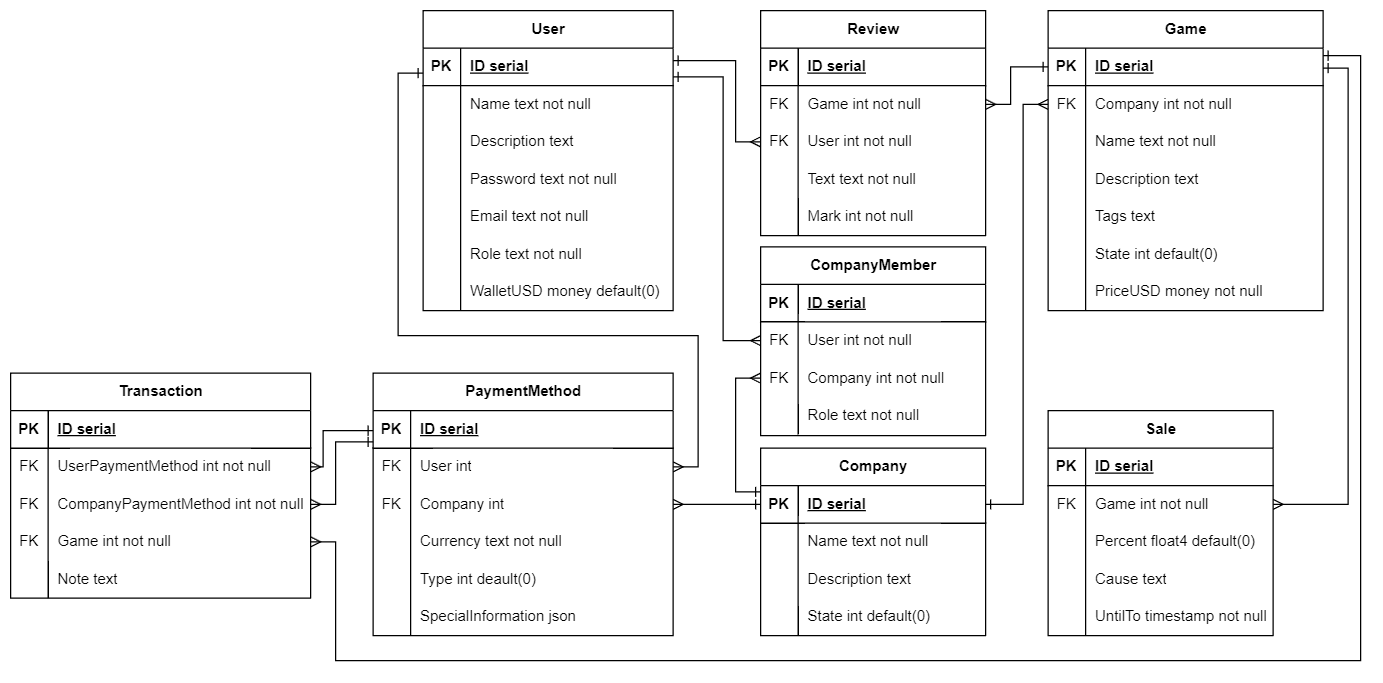
Above: BD_UML.drawio.png in DioMain/Node.js-Cursovoi (draw.io), before the change. Source tidied: cells renumbered, new cells last; positions are measured from the earlier drawing's top-left corner, leaving out a move shared by most shapes.
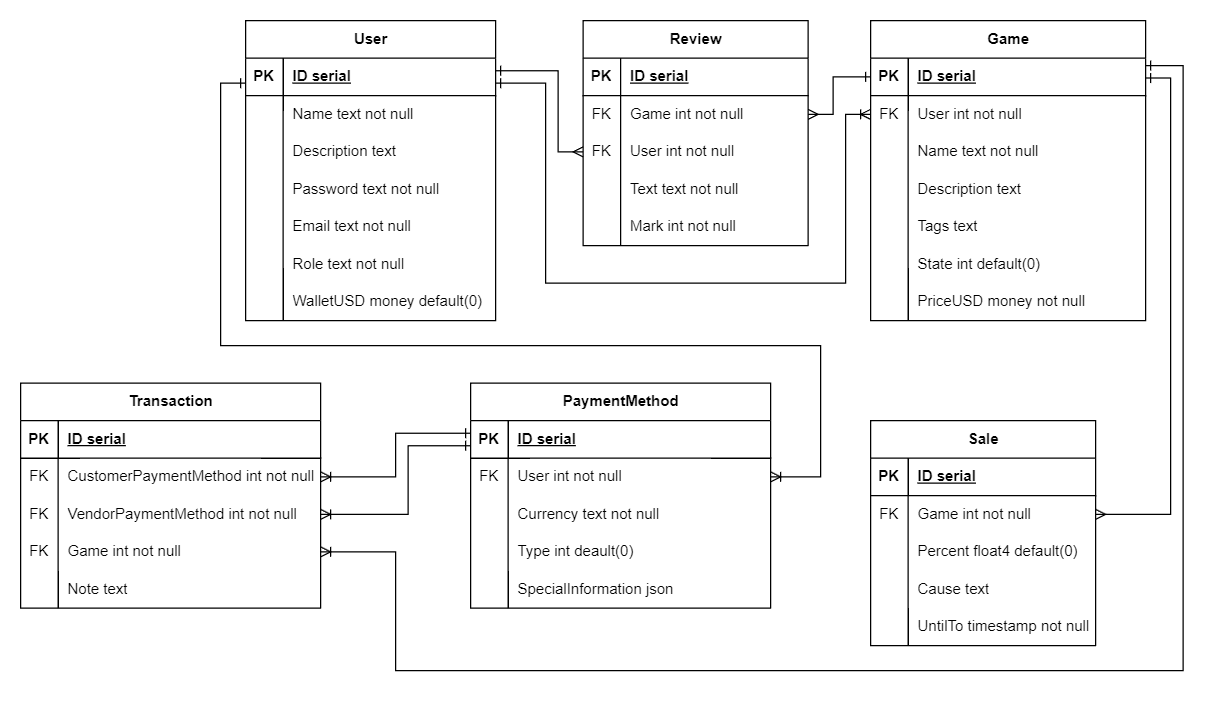
Above is the later version.

Change to the diagram source:
```diff
@@ -88,3 +88,3 @@
     </mxCell>
-    <mxCell id="30" value="Company int not null" style="shape=partialRectangle;fillColor=none;top=0;left=0;bottom=0;right=0;align=left;spacingLeft=6;overflow=hidden;whiteSpace=wrap;html=1;" parent="28" vertex="1">
+    <mxCell id="30" value="User int not null" style="shape=partialRectangle;fillColor=none;top=0;left=0;bottom=0;right=0;align=left;spacingLeft=6;overflow=hidden;whiteSpace=wrap;html=1;" parent="28" vertex="1">
       <mxGeometry x="30" width="190" height="30" as="geometry" />
@@ -136,41 +136,2 @@
     </mxCell>
-    <mxCell id="46" value="Company" style="shape=table;startSize=30;rowLines=0;fontStyle=1;align=center;html=1;" parent="1" vertex="1">
-      <mxGeometry x="600" y="350" width="180" height="150" as="geometry" />
-    </mxCell>
-    <mxCell id="47" style="shape=tableRow;horizontal=0;startSize=0;swimlaneHead=0;swimlaneBody=0;fillColor=none;points=[[0,0.5],[1,0.5]];portConstraint=eastwest;top=0;left=0;right=0;bottom=1;" parent="46" vertex="1">
-      <mxGeometry y="30" width="180" height="30" as="geometry" />
-    </mxCell>
-    <mxCell id="48" value="PK" style="shape=partialRectangle;fillColor=none;top=0;left=0;bottom=0;right=0;fontStyle=1;overflow=hidden;whiteSpace=wrap;html=1;" parent="47" vertex="1">
-      <mxGeometry width="30" height="30" as="geometry" />
-    </mxCell>
-    <mxCell id="49" value="ID serial" style="shape=partialRectangle;fillColor=none;top=0;left=0;bottom=0;right=0;align=left;spacingLeft=6;fontStyle=5;overflow=hidden;whiteSpace=wrap;html=1;" parent="47" vertex="1">
-      <mxGeometry x="30" width="150" height="30" as="geometry" />
-    </mxCell>
-    <mxCell id="50" style="shape=tableRow;horizontal=0;startSize=0;swimlaneHead=0;swimlaneBody=0;fillColor=none;top=0;left=0;right=0;bottom=0;" parent="46" vertex="1">
-      <mxGeometry y="60" width="180" height="30" as="geometry" />
-    </mxCell>
-    <mxCell id="51" style="shape=partialRectangle;fillColor=none;top=0;left=0;bottom=0;right=0;overflow=hidden;whiteSpace=wrap;html=1;" parent="50" vertex="1">
-      <mxGeometry width="30" height="30" as="geometry" />
-    </mxCell>
-    <mxCell id="52" value="Name text not null" style="shape=partialRectangle;fillColor=none;top=0;left=0;bottom=0;right=0;align=left;spacingLeft=6;overflow=hidden;whiteSpace=wrap;html=1;" parent="50" vertex="1">
-      <mxGeometry x="30" width="150" height="30" as="geometry" />
-    </mxCell>
-    <mxCell id="53" style="shape=tableRow;horizontal=0;startSize=0;swimlaneHead=0;swimlaneBody=0;fillColor=none;top=0;left=0;right=0;bottom=0;" parent="46" vertex="1">
-      <mxGeometry y="90" width="180" height="30" as="geometry" />
-    </mxCell>
-    <mxCell id="54" style="shape=partialRectangle;fillColor=none;top=0;left=0;bottom=0;right=0;overflow=hidden;whiteSpace=wrap;html=1;" parent="53" vertex="1">
-      <mxGeometry width="30" height="30" as="geometry" />
-    </mxCell>
-    <mxCell id="55" value="Description text" style="shape=partialRectangle;fillColor=none;top=0;left=0;bottom=0;right=0;align=left;spacingLeft=6;overflow=hidden;whiteSpace=wrap;html=1;" parent="53" vertex="1">
-      <mxGeometry x="30" width="150" height="30" as="geometry" />
-    </mxCell>
-    <mxCell id="56" style="shape=tableRow;horizontal=0;startSize=0;swimlaneHead=0;swimlaneBody=0;fillColor=none;top=0;left=0;right=0;bottom=0;" parent="46" vertex="1">
-      <mxGeometry y="120" width="180" height="30" as="geometry" />
-    </mxCell>
-    <mxCell id="57" style="shape=partialRectangle;fillColor=none;top=0;left=0;bottom=0;right=0;overflow=hidden;whiteSpace=wrap;html=1;" parent="56" vertex="1">
-      <mxGeometry width="30" height="30" as="geometry" />
-    </mxCell>
-    <mxCell id="58" value="State int default(0)" style="shape=partialRectangle;fillColor=none;top=0;left=0;bottom=0;right=0;align=left;spacingLeft=6;overflow=hidden;whiteSpace=wrap;html=1;" parent="56" vertex="1">
-      <mxGeometry x="30" width="150" height="30" as="geometry" />
-    </mxCell>
     <mxCell id="59" value="Sale" style="shape=table;startSize=30;rowLines=0;fontStyle=1;align=center;html=1;" parent="1" vertex="1">
@@ -224,3 +185,3 @@
     <mxCell id="75" value="Transaction" style="shape=table;startSize=30;rowLines=0;fontStyle=1;align=center;html=1;" parent="1" vertex="1">
-      <mxGeometry y="290" width="240" height="180" as="geometry" />
+      <mxGeometry x="150" y="290" width="240" height="180" as="geometry" />
     </mxCell>
@@ -241,3 +202,3 @@
     </mxCell>
-    <mxCell id="81" value="UserPaymentMethod int not null" style="shape=partialRectangle;fillColor=none;top=0;left=0;bottom=0;right=0;align=left;spacingLeft=6;overflow=hidden;whiteSpace=wrap;html=1;" parent="79" vertex="1">
+    <mxCell id="81" value="CustomerPaymentMethod int not null" style="shape=partialRectangle;fillColor=none;top=0;left=0;bottom=0;right=0;align=left;spacingLeft=6;overflow=hidden;whiteSpace=wrap;html=1;" parent="79" vertex="1">
       <mxGeometry x="30" width="210" height="30" as="geometry" />
@@ -250,3 +211,3 @@
     </mxCell>
-    <mxCell id="84" value="CompanyPaymentMethod int not null" style="shape=partialRectangle;fillColor=none;top=0;left=0;bottom=0;right=0;align=left;spacingLeft=6;overflow=hidden;whiteSpace=wrap;html=1;" parent="82" vertex="1">
+    <mxCell id="84" value="VendorPaymentMethod int not null" style="shape=partialRectangle;fillColor=none;top=0;left=0;bottom=0;right=0;align=left;spacingLeft=6;overflow=hidden;whiteSpace=wrap;html=1;" parent="82" vertex="1">
       <mxGeometry x="30" width="210" height="30" as="geometry" />
@@ -279,43 +240,4 @@
     </mxCell>
-    <mxCell id="92" value="CompanyMember" style="shape=table;startSize=30;rowLines=0;fontStyle=1;align=center;html=1;" parent="1" vertex="1">
-      <mxGeometry x="600" y="189" width="180" height="151" as="geometry" />
-    </mxCell>
-    <mxCell id="93" style="shape=tableRow;horizontal=0;startSize=0;swimlaneHead=0;swimlaneBody=0;fillColor=none;top=0;left=0;right=0;bottom=1;" parent="92" vertex="1">
-      <mxGeometry y="30" width="180" height="30" as="geometry" />
-    </mxCell>
-    <mxCell id="94" value="PK" style="shape=partialRectangle;fillColor=none;top=0;left=0;bottom=0;right=0;fontStyle=1;overflow=hidden;whiteSpace=wrap;html=1;" parent="93" vertex="1">
-      <mxGeometry width="30" height="30" as="geometry" />
-    </mxCell>
-    <mxCell id="95" value="ID serial" style="shape=partialRectangle;fillColor=none;top=0;left=0;bottom=0;right=0;align=left;spacingLeft=6;fontStyle=5;overflow=hidden;whiteSpace=wrap;html=1;" parent="93" vertex="1">
-      <mxGeometry x="30" width="150" height="30" as="geometry" />
-    </mxCell>
-    <mxCell id="96" style="shape=tableRow;horizontal=0;startSize=0;swimlaneHead=0;swimlaneBody=0;fillColor=none;points=[[0,0.5],[1,0.5]];portConstraint=eastwest;top=0;left=0;right=0;bottom=0;" parent="92" vertex="1">
-      <mxGeometry y="60" width="180" height="30" as="geometry" />
-    </mxCell>
-    <mxCell id="97" value="FK" style="shape=partialRectangle;fillColor=none;top=0;left=0;bottom=0;right=0;overflow=hidden;whiteSpace=wrap;html=1;" parent="96" vertex="1">
-      <mxGeometry width="30" height="30" as="geometry" />
-    </mxCell>
-    <mxCell id="98" value="User int not null" style="shape=partialRectangle;fillColor=none;top=0;left=0;bottom=0;right=0;align=left;spacingLeft=6;overflow=hidden;whiteSpace=wrap;html=1;" parent="96" vertex="1">
-      <mxGeometry x="30" width="150" height="30" as="geometry" />
-    </mxCell>
-    <mxCell id="99" style="shape=tableRow;horizontal=0;startSize=0;swimlaneHead=0;swimlaneBody=0;fillColor=none;points=[[0,0.5],[1,0.5]];portConstraint=eastwest;top=0;left=0;right=0;bottom=0;" parent="92" vertex="1">
-      <mxGeometry y="90" width="180" height="30" as="geometry" />
-    </mxCell>
-    <mxCell id="100" value="FK" style="shape=partialRectangle;fillColor=none;top=0;left=0;bottom=0;right=0;overflow=hidden;whiteSpace=wrap;html=1;" parent="99" vertex="1">
-      <mxGeometry width="30" height="30" as="geometry" />
-    </mxCell>
-    <mxCell id="101" value="Company int not null" style="shape=partialRectangle;fillColor=none;top=0;left=0;bottom=0;right=0;align=left;spacingLeft=6;overflow=hidden;whiteSpace=wrap;html=1;" parent="99" vertex="1">
-      <mxGeometry x="30" width="150" height="30" as="geometry" />
-    </mxCell>
-    <mxCell id="102" style="shape=tableRow;horizontal=0;startSize=0;swimlaneHead=0;swimlaneBody=0;fillColor=none;top=0;left=0;right=0;bottom=0;" parent="92" vertex="1">
-      <mxGeometry y="120" width="180" height="30" as="geometry" />
-    </mxCell>
-    <mxCell id="103" style="shape=partialRectangle;fillColor=none;top=0;left=0;bottom=0;right=0;overflow=hidden;whiteSpace=wrap;html=1;" parent="102" vertex="1">
-      <mxGeometry width="30" height="30" as="geometry" />
-    </mxCell>
-    <mxCell id="104" value="Role text not null" style="shape=partialRectangle;fillColor=none;top=0;left=0;bottom=0;right=0;align=left;spacingLeft=6;overflow=hidden;whiteSpace=wrap;html=1;" parent="102" vertex="1">
-      <mxGeometry x="30" width="150" height="30" as="geometry" />
-    </mxCell>
     <mxCell id="105" value="PaymentMethod" style="shape=table;startSize=30;rowLines=0;fontStyle=1;align=center;html=1;" parent="1" vertex="1">
-      <mxGeometry x="290" y="290" width="240" height="210" as="geometry" />
+      <mxGeometry x="510" y="290" width="240" height="180" as="geometry" />
     </mxCell>
@@ -336,16 +258,7 @@
     </mxCell>
-    <mxCell id="111" value="User int" style="shape=partialRectangle;fillColor=none;top=0;left=0;bottom=0;right=0;align=left;spacingLeft=6;overflow=hidden;whiteSpace=wrap;html=1;" parent="109" vertex="1">
+    <mxCell id="111" value="User int not null" style="shape=partialRectangle;fillColor=none;top=0;left=0;bottom=0;right=0;align=left;spacingLeft=6;overflow=hidden;whiteSpace=wrap;html=1;" parent="109" vertex="1">
       <mxGeometry x="30" width="210" height="30" as="geometry" />
     </mxCell>
-    <mxCell id="112" style="shape=tableRow;horizontal=0;startSize=0;swimlaneHead=0;swimlaneBody=0;fillColor=none;points=[[0,0.5],[1,0.5]];portConstraint=eastwest;top=0;left=0;right=0;bottom=0;" parent="105" vertex="1">
-      <mxGeometry y="90" width="240" height="30" as="geometry" />
-    </mxCell>
-    <mxCell id="113" value="FK" style="shape=partialRectangle;fillColor=none;top=0;left=0;bottom=0;right=0;overflow=hidden;whiteSpace=wrap;html=1;" parent="112" vertex="1">
-      <mxGeometry width="30" height="30" as="geometry" />
-    </mxCell>
-    <mxCell id="114" value="Company int" style="shape=partialRectangle;fillColor=none;top=0;left=0;bottom=0;right=0;align=left;spacingLeft=6;overflow=hidden;whiteSpace=wrap;html=1;" parent="112" vertex="1">
-      <mxGeometry x="30" width="210" height="30" as="geometry" />
-    </mxCell>
     <mxCell id="115" style="shape=tableRow;horizontal=0;startSize=0;swimlaneHead=0;swimlaneBody=0;fillColor=none;top=0;left=0;right=0;bottom=0;" parent="105" vertex="1">
-      <mxGeometry y="120" width="240" height="30" as="geometry" />
+      <mxGeometry y="90" width="240" height="30" as="geometry" />
     </mxCell>
@@ -358,3 +271,3 @@
     <mxCell id="118" style="shape=tableRow;horizontal=0;startSize=0;swimlaneHead=0;swimlaneBody=0;fillColor=none;top=0;left=0;right=0;bottom=0;" parent="105" vertex="1">
-      <mxGeometry y="150" width="240" height="30" as="geometry" />
+      <mxGeometry y="120" width="240" height="30" as="geometry" />
     </mxCell>
@@ -367,3 +280,3 @@
     <mxCell id="121" style="shape=tableRow;horizontal=0;startSize=0;swimlaneHead=0;swimlaneBody=0;fillColor=none;top=0;left=0;right=0;bottom=0;" parent="105" vertex="1">
-      <mxGeometry y="180" width="240" height="30" as="geometry" />
+      <mxGeometry y="150" width="240" height="30" as="geometry" />
     </mxCell>
@@ -375,3 +288,3 @@
     </mxCell>
-    <mxCell id="124" style="edgeStyle=orthogonalEdgeStyle;rounded=0;jettySize=auto;html=1;entryX=1;entryY=0.5;entryDx=0;entryDy=0;endArrow=ERmany;endFill=0;startArrow=ERone;startFill=0;" parent="1" edge="1" source="3" target="109">
+    <mxCell id="124" style="edgeStyle=orthogonalEdgeStyle;rounded=0;jettySize=auto;html=1;entryX=1;entryY=0.5;entryDx=0;entryDy=0;endArrow=ERoneToMany;endFill=0;startArrow=ERone;startFill=0;" parent="1" edge="1" source="3" target="109">
       <mxGeometry relative="1" as="geometry">
@@ -380,4 +293,4 @@
           <mxPoint x="310" y="260" />
-          <mxPoint x="550" y="260" />
-          <mxPoint x="550" y="365" />
+          <mxPoint x="790" y="260" />
+          <mxPoint x="790" y="365" />
         </Array>
@@ -385,47 +298,3 @@
     </mxCell>
-    <mxCell id="125" style="edgeStyle=orthogonalEdgeStyle;rounded=0;jettySize=auto;html=1;entryX=1;entryY=0.5;entryDx=0;entryDy=0;endArrow=ERmany;endFill=0;startArrow=ERone;startFill=0;" parent="1" edge="1" target="79">
-      <mxGeometry relative="1" as="geometry">
-        <mxPoint x="282" y="336" as="sourcePoint" />
-        <Array as="points">
-          <mxPoint x="290" y="336" />
-          <mxPoint x="250" y="336" />
-          <mxPoint x="250" y="365" />
-        </Array>
-      </mxGeometry>
-    </mxCell>
-    <mxCell id="126" style="edgeStyle=orthogonalEdgeStyle;rounded=0;jettySize=auto;html=1;entryX=1;entryY=0.5;entryDx=0;entryDy=0;endArrow=ERmany;endFill=0;startArrow=ERone;startFill=0;" parent="1" edge="1" target="82">
-      <mxGeometry relative="1" as="geometry">
-        <mxPoint x="282" y="345" as="sourcePoint" />
-        <Array as="points">
-          <mxPoint x="290" y="345" />
-          <mxPoint x="260" y="345" />
-          <mxPoint x="260" y="395" />
-        </Array>
-      </mxGeometry>
-    </mxCell>
-    <mxCell id="127" style="edgeStyle=orthogonalEdgeStyle;rounded=0;jettySize=auto;html=1;entryX=1;entryY=0.5;entryDx=0;entryDy=0;startArrow=ERone;startFill=0;endArrow=ERmany;endFill=0;" parent="1" edge="1" source="47" target="112">
-      <mxGeometry relative="1" as="geometry">
-        <Array as="points">
-          <mxPoint x="580" y="395" />
-          <mxPoint x="580" y="395" />
-        </Array>
-      </mxGeometry>
-    </mxCell>
-    <mxCell id="128" style="edgeStyle=orthogonalEdgeStyle;rounded=0;jettySize=auto;html=1;entryX=0;entryY=0.5;entryDx=0;entryDy=0;startArrow=ERone;startFill=0;endArrow=ERmany;endFill=0;" parent="1" edge="1" source="47" target="28">
-      <mxGeometry relative="1" as="geometry">
-        <Array as="points">
-          <mxPoint x="810" y="395" />
-          <mxPoint x="810" y="75" />
-        </Array>
-      </mxGeometry>
-    </mxCell>
-    <mxCell id="129" style="edgeStyle=orthogonalEdgeStyle;rounded=0;jettySize=auto;html=1;startArrow=ERone;startFill=0;endArrow=ERmany;endFill=0;" parent="1" edge="1" source="47" target="99">
-      <mxGeometry relative="1" as="geometry">
-        <Array as="points">
-          <mxPoint x="580" y="385" />
-          <mxPoint x="580" y="294" />
-        </Array>
-      </mxGeometry>
-    </mxCell>
-    <mxCell id="130" style="edgeStyle=orthogonalEdgeStyle;rounded=0;jettySize=auto;html=1;endArrow=ERmany;endFill=0;startArrow=ERone;startFill=0;entryX=1;entryY=0.5;entryDx=0;entryDy=0;" parent="1" edge="1" source="25" target="85">
+    <mxCell id="130" style="edgeStyle=orthogonalEdgeStyle;rounded=0;jettySize=auto;html=1;endArrow=ERoneToMany;endFill=0;startArrow=ERone;startFill=0;entryX=1;entryY=0.5;entryDx=0;entryDy=0;" parent="1" edge="1" source="25" target="85">
       <mxGeometry relative="1" as="geometry">
@@ -434,4 +303,4 @@
           <mxPoint x="1080" y="520" />
-          <mxPoint x="260" y="520" />
-          <mxPoint x="260" y="425" />
+          <mxPoint x="450" y="520" />
+          <mxPoint x="450" y="425" />
         </Array>
@@ -487,10 +356,2 @@
     </mxCell>
-    <mxCell id="147" style="edgeStyle=orthogonalEdgeStyle;shape=connector;rounded=0;jettySize=auto;html=1;labelBackgroundColor=default;strokeColor=default;align=center;verticalAlign=middle;fontFamily=Helvetica;fontSize=11;fontColor=default;startArrow=ERone;startFill=0;endArrow=ERmany;endFill=0;" parent="1" edge="1" source="3" target="96">
-      <mxGeometry relative="1" as="geometry">
-        <Array as="points">
-          <mxPoint x="570" y="53" />
-          <mxPoint x="570" y="264" />
-        </Array>
-      </mxGeometry>
-    </mxCell>
     <mxCell id="148" style="edgeStyle=orthogonalEdgeStyle;shape=connector;rounded=0;jettySize=auto;html=1;labelBackgroundColor=default;strokeColor=default;align=center;verticalAlign=middle;fontFamily=Helvetica;fontSize=11;fontColor=default;startArrow=ERone;startFill=0;endArrow=ERmany;endFill=0;" parent="1" edge="1" source="3" target="138">
@@ -511,2 +372,28 @@
     </mxCell>
+    <mxCell id="150" style="edgeStyle=orthogonalEdgeStyle;rounded=0;jettySize=auto;html=1;entryX=1;entryY=0.5;entryDx=0;entryDy=0;startArrow=ERone;startFill=0;endArrow=ERoneToMany;endFill=0;" parent="1" edge="1" source="106" target="79">
+      <mxGeometry relative="1" as="geometry">
+        <Array as="points">
+          <mxPoint x="450" y="330" />
+          <mxPoint x="450" y="365" />
+        </Array>
+      </mxGeometry>
+    </mxCell>
+    <mxCell id="151" style="edgeStyle=orthogonalEdgeStyle;rounded=0;jettySize=auto;html=1;entryX=1;entryY=0.5;entryDx=0;entryDy=0;startArrow=ERone;startFill=0;endArrow=ERoneToMany;endFill=0;" parent="1" edge="1" source="106" target="82">
+      <mxGeometry relative="1" as="geometry">
+        <Array as="points">
+          <mxPoint x="460" y="340" />
+          <mxPoint x="460" y="395" />
+        </Array>
+      </mxGeometry>
+    </mxCell>
+    <mxCell id="152" style="edgeStyle=orthogonalEdgeStyle;rounded=0;jettySize=auto;html=1;entryX=0;entryY=0.5;entryDx=0;entryDy=0;startArrow=ERone;startFill=0;endArrow=ERoneToMany;endFill=0;" parent="1" edge="1" source="3" target="28">
+      <mxGeometry relative="1" as="geometry">
+        <Array as="points">
+          <mxPoint x="570" y="50" />
+          <mxPoint x="570" y="210" />
+          <mxPoint x="810" y="210" />
+          <mxPoint x="810" y="75" />
+        </Array>
+      </mxGeometry>
+    </mxCell>
   </root>
```
